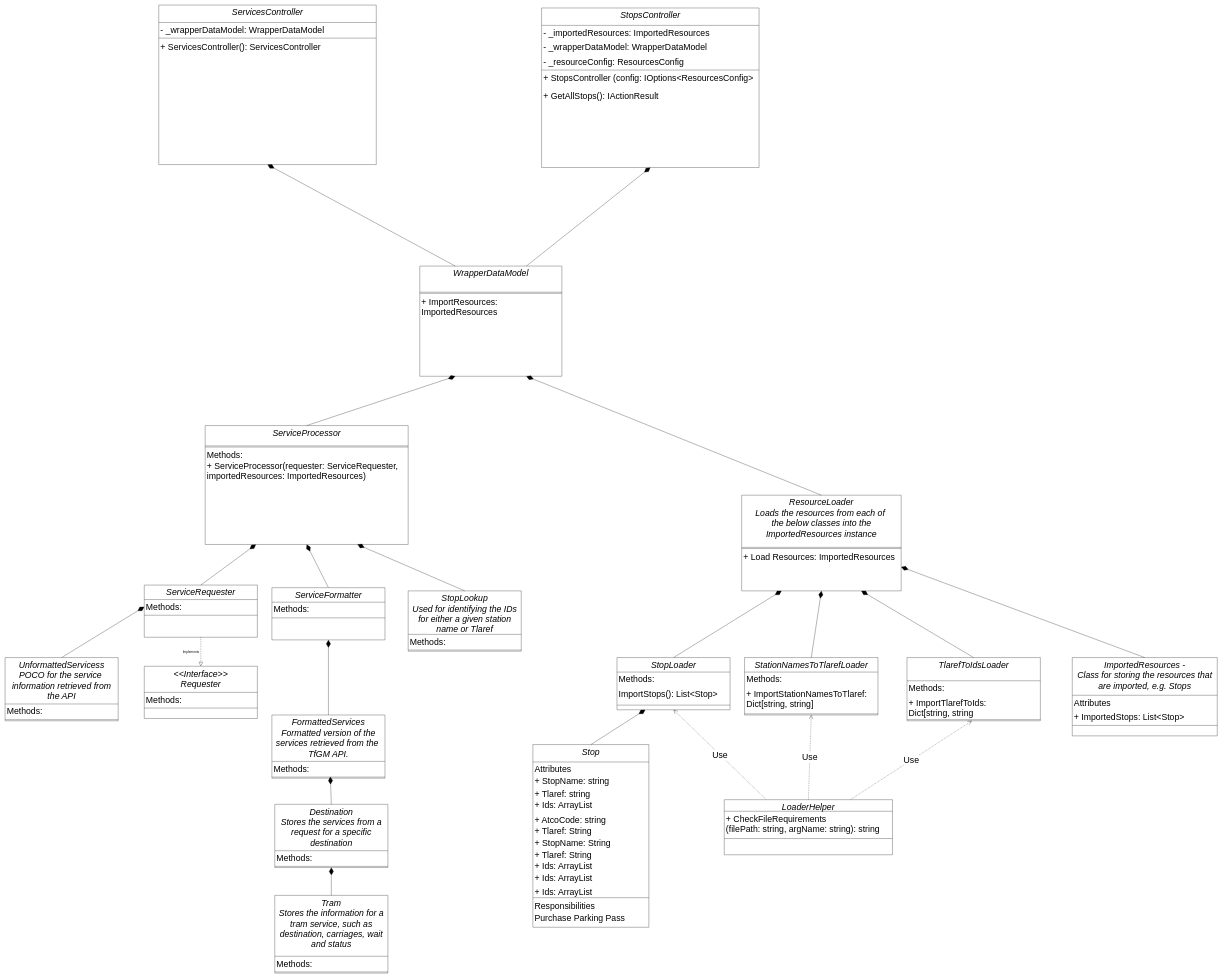
Earlier version of the draw.io diagram Documentation/TfGM-API-Wrapper.drawio (dave-t-c/TfGM-API-Wrapper). Source tidied: cells renumbered, new cells numbered last; positions are measured from the earlier drawing's top-left corner, leaving out a move shared by most shapes. Both pictures are drawn from the tidied source at 29%, with x=0, y=0 at pixel (5, 5).
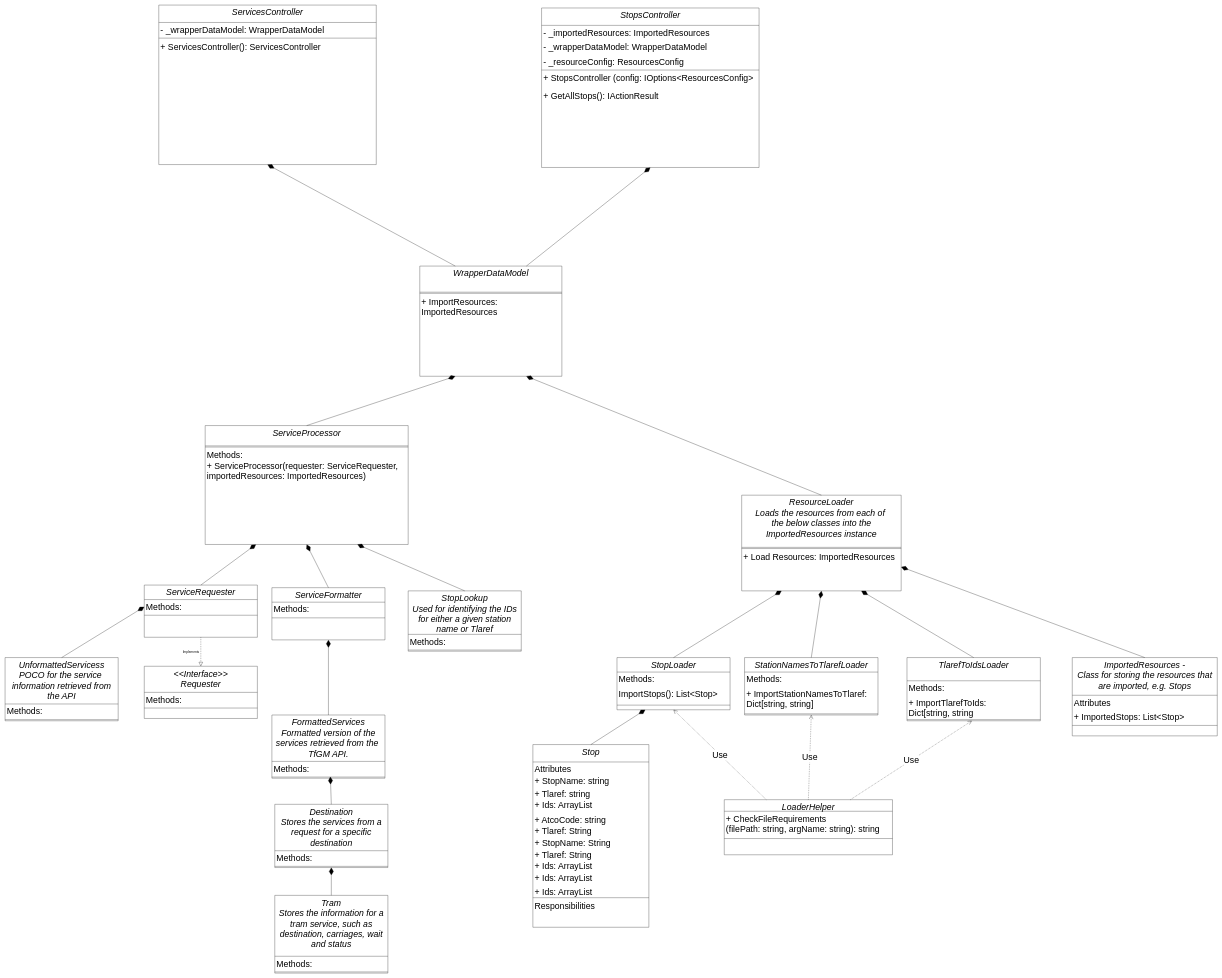
The same page after the edit.

Commit message:
Fix reponsibilities error in Stop uml.

Unchanged cells that the change refers to:
```xml
<mxCell id="9" value="Stop" style="swimlane;fontStyle=2;align=center;verticalAlign=top;horizontal=1;startSize=60;rounded=0;shadow=0;strokeWidth=1;fontSize=30;" parent="1" vertex="1">
  <mxGeometry x="1820" y="2550" width="400" height="630" as="geometry" />
</mxCell>
```

What changed in the source:
```diff
@@
-    <mxCell id="23" value="Purchase Parking Pass" style="text;align=left;verticalAlign=top;spacingLeft=4;spacingRight=4;overflow=hidden;fontSize=30;" parent="9" vertex="1">
-      <mxGeometry y="574" width="400" height="50" as="geometry" />
-    </mxCell>
```
